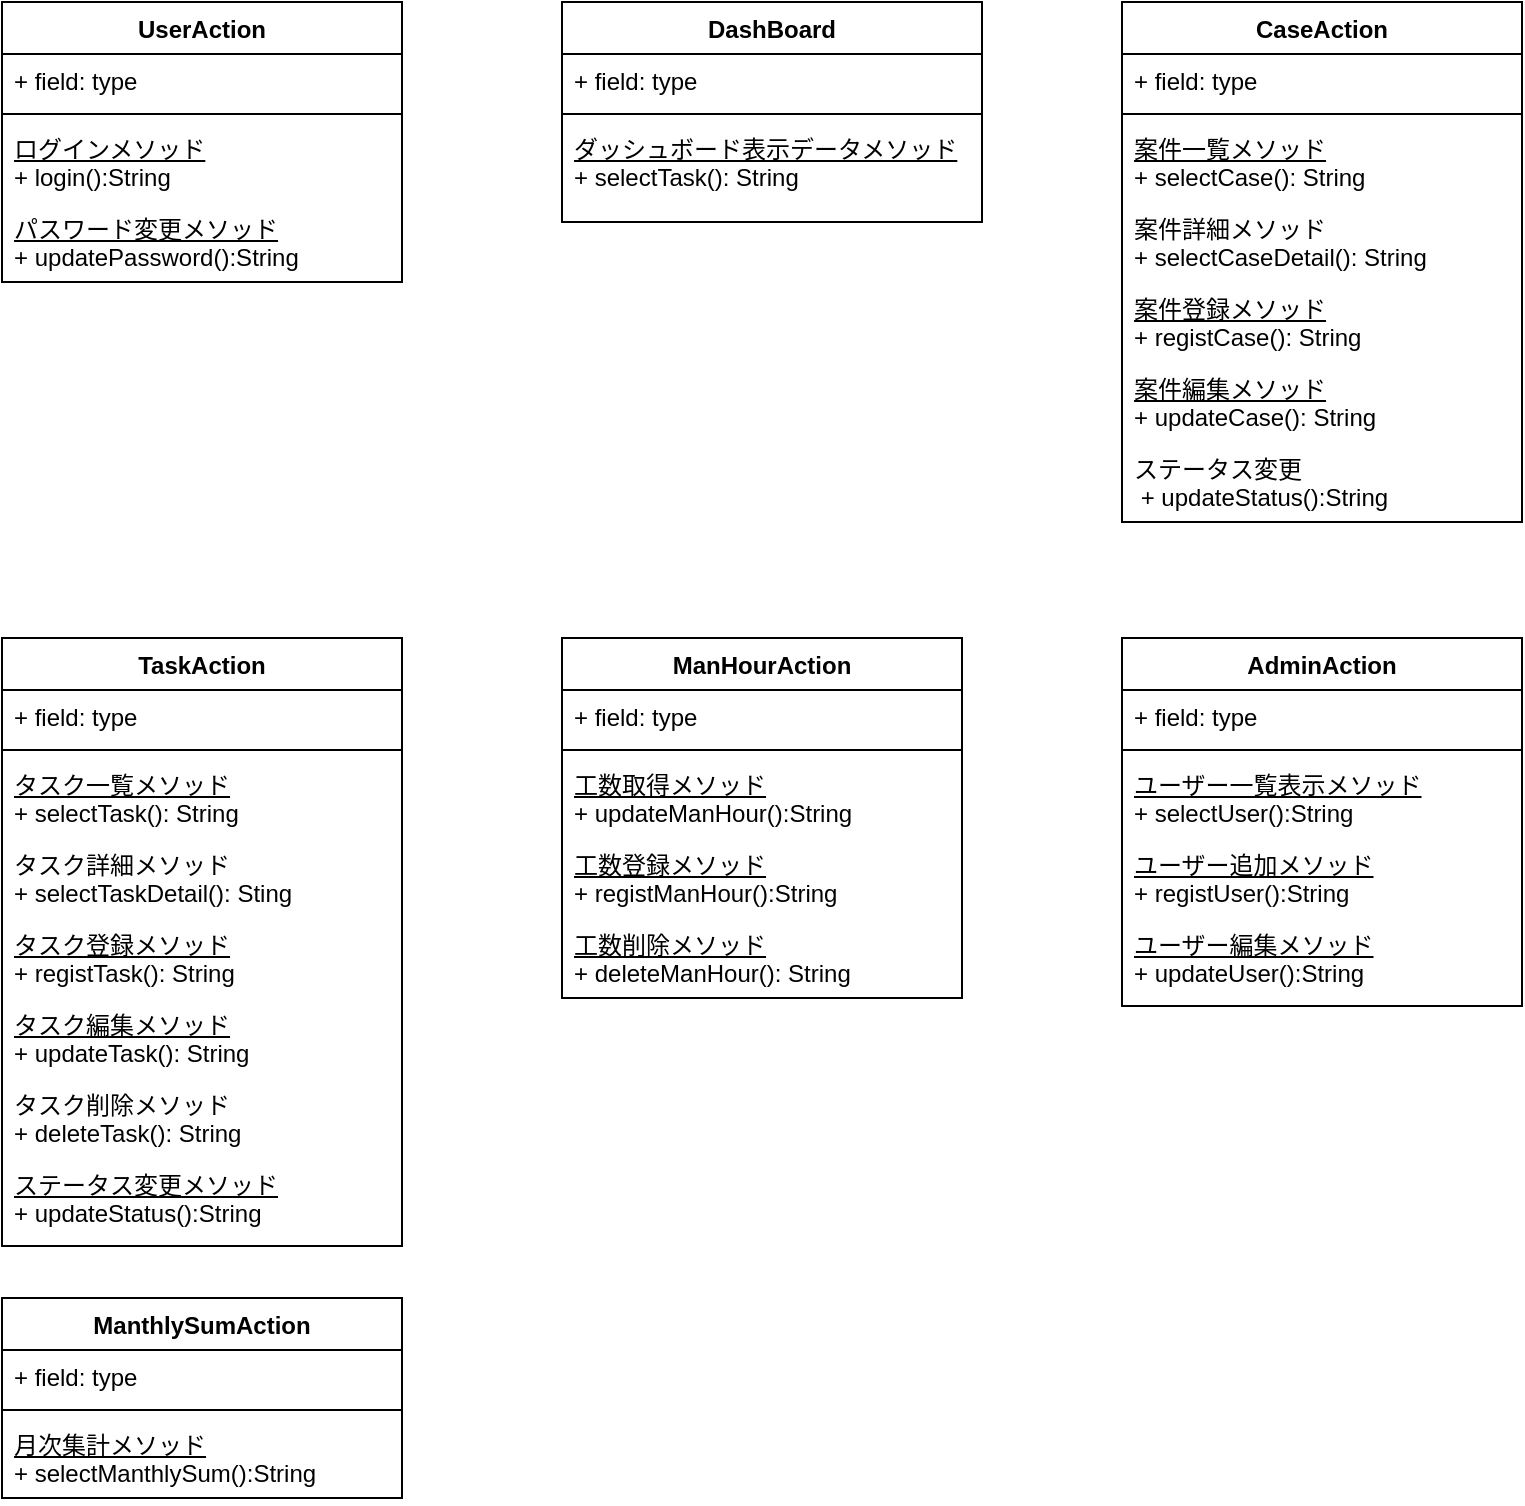
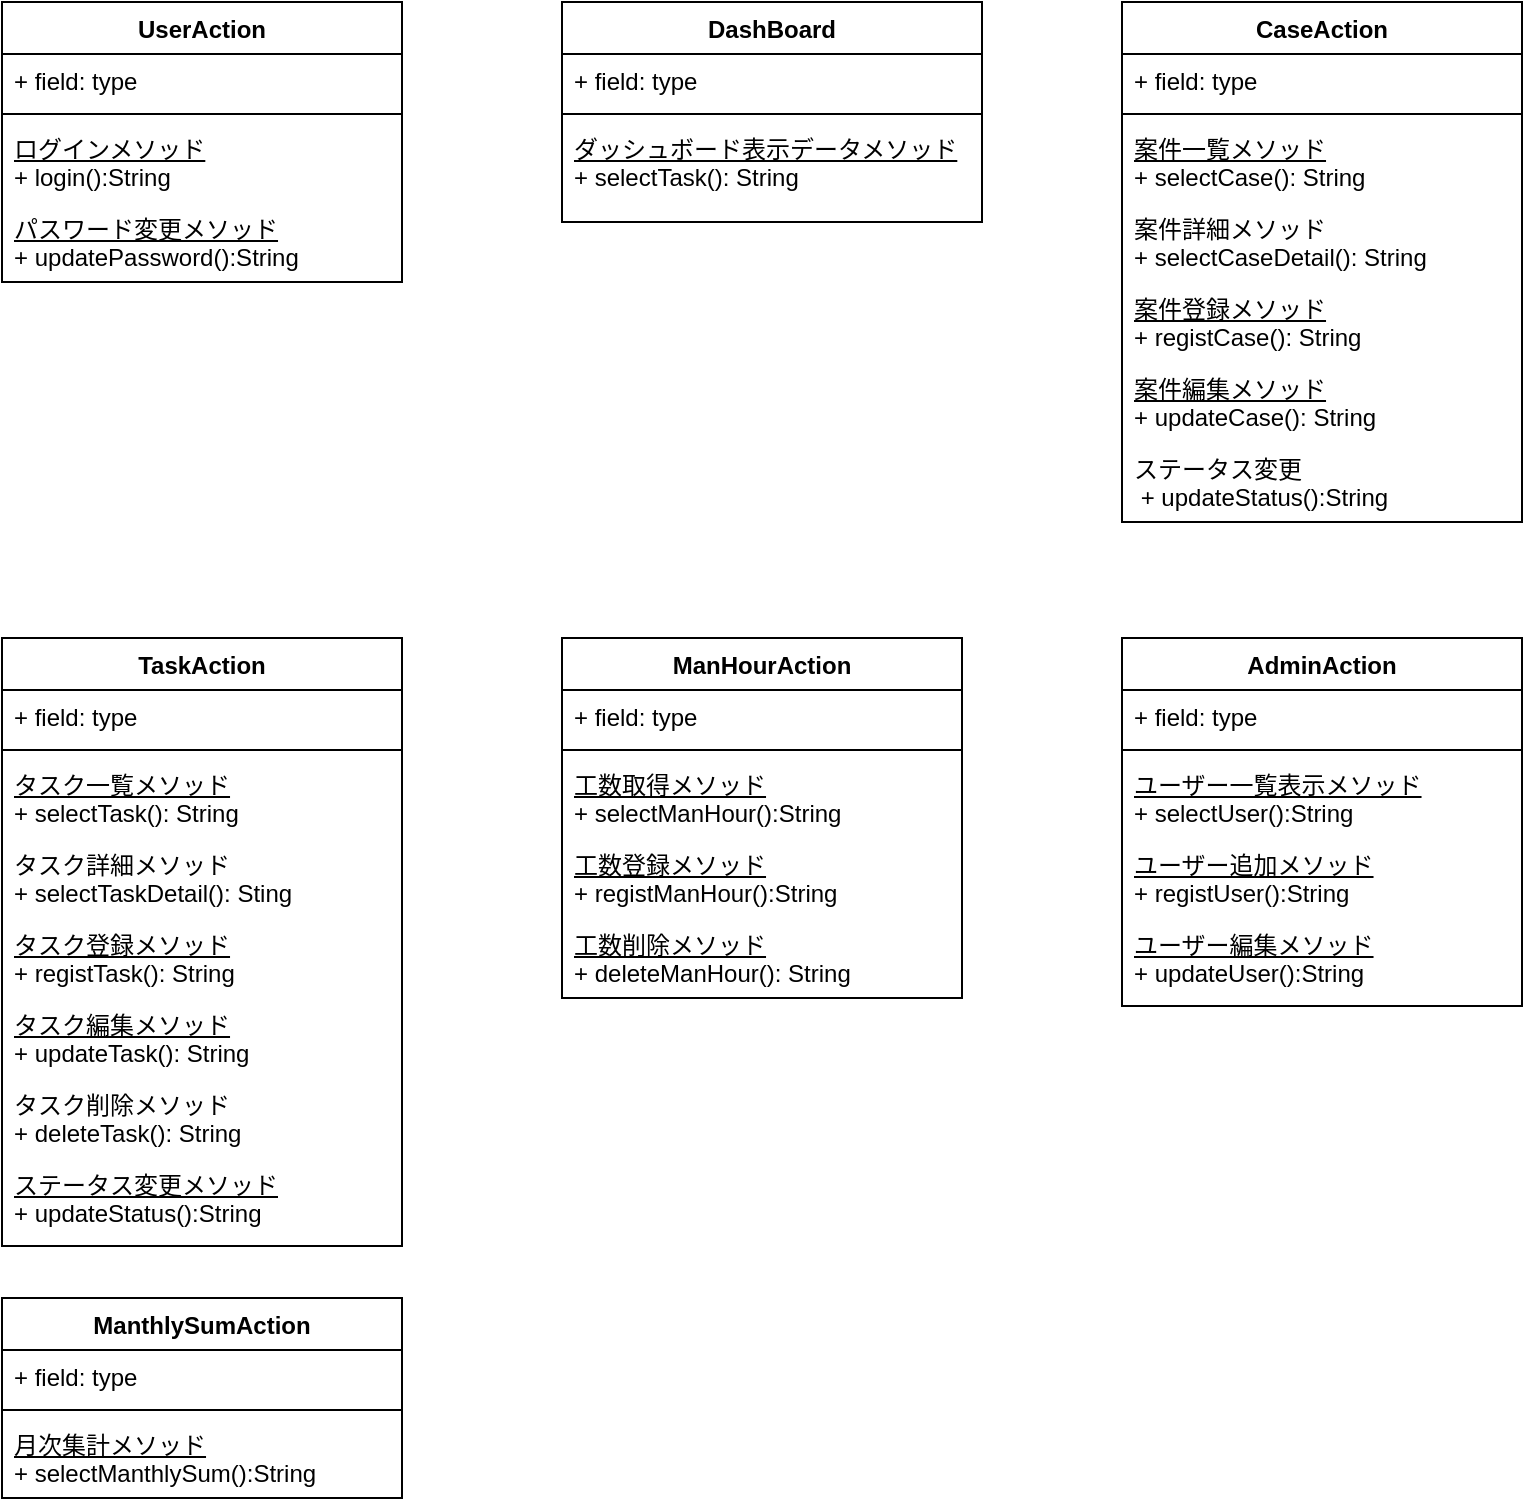
<mxfile host="65bd71144e">
    <diagram id="mFRpktfDw7a6qIpLwKZB" name="Action クラス図">
-         <mxGraphModel dx="616" dy="488" grid="1" gridSize="10" guides="1" tooltips="1" connect="1" arrows="1" fold="1" page="1" pageScale="1" pageWidth="850" pageHeight="1100" math="0" shadow="0">
+         <mxGraphModel dx="686" dy="473" grid="1" gridSize="10" guides="1" tooltips="1" connect="1" arrows="1" fold="1" page="1" pageScale="1" pageWidth="850" pageHeight="1100" math="0" shadow="0">
            <root>
                <mxCell id="0"/>
                <mxCell id="1" parent="0"/>
                <mxCell id="yOTdpf838C8Il3ipG887-1" value="UserAction" style="swimlane;fontStyle=1;align=center;verticalAlign=top;childLayout=stackLayout;horizontal=1;startSize=26;horizontalStack=0;resizeParent=1;resizeParentMax=0;resizeLast=0;collapsible=1;marginBottom=0;whiteSpace=wrap;html=1;" parent="1" vertex="1">
                    <mxGeometry x="80" y="80" width="200" height="140" as="geometry"/>
                </mxCell>
                <mxCell id="yOTdpf838C8Il3ipG887-2" value="+ field: type" style="text;strokeColor=none;fillColor=none;align=left;verticalAlign=top;spacingLeft=4;spacingRight=4;overflow=hidden;rotatable=0;points=[[0,0.5],[1,0.5]];portConstraint=eastwest;whiteSpace=wrap;html=1;" parent="yOTdpf838C8Il3ipG887-1" vertex="1">
                    <mxGeometry y="26" width="200" height="26" as="geometry"/>
                </mxCell>
                <mxCell id="yOTdpf838C8Il3ipG887-3" value="" style="line;strokeWidth=1;fillColor=none;align=left;verticalAlign=middle;spacingTop=-1;spacingLeft=3;spacingRight=3;rotatable=0;labelPosition=right;points=[];portConstraint=eastwest;strokeColor=inherit;" parent="yOTdpf838C8Il3ipG887-1" vertex="1">
                    <mxGeometry y="52" width="200" height="8" as="geometry"/>
                </mxCell>
                <mxCell id="yOTdpf838C8Il3ipG887-4" value="&lt;div&gt;&lt;u&gt;ログインメソッド&lt;/u&gt;&lt;/div&gt;+ login():String&amp;nbsp;" style="text;strokeColor=none;fillColor=none;align=left;verticalAlign=top;spacingLeft=4;spacingRight=4;overflow=hidden;rotatable=0;points=[[0,0.5],[1,0.5]];portConstraint=eastwest;whiteSpace=wrap;html=1;" parent="yOTdpf838C8Il3ipG887-1" vertex="1">
                    <mxGeometry y="60" width="200" height="40" as="geometry"/>
                </mxCell>
                <mxCell id="U71_uKnjXDH4Pyml5kLL-1" value="&lt;div&gt;&lt;font color=&quot;#000000&quot;&gt;&lt;u&gt;パスワード変更メソッド&lt;/u&gt;&lt;/font&gt;&lt;/div&gt;&lt;span style=&quot;color: rgb(0, 0, 0);&quot;&gt;+ updatePassword():String&amp;nbsp;&lt;/span&gt;" style="text;strokeColor=none;fillColor=none;align=left;verticalAlign=top;spacingLeft=4;spacingRight=4;overflow=hidden;rotatable=0;points=[[0,0.5],[1,0.5]];portConstraint=eastwest;whiteSpace=wrap;html=1;" parent="yOTdpf838C8Il3ipG887-1" vertex="1">
                    <mxGeometry y="100" width="200" height="40" as="geometry"/>
                </mxCell>
                <mxCell id="6HdmdKk1KnPZ4cYd77go-1" value="DashBoard" style="swimlane;fontStyle=1;align=center;verticalAlign=top;childLayout=stackLayout;horizontal=1;startSize=26;horizontalStack=0;resizeParent=1;resizeParentMax=0;resizeLast=0;collapsible=1;marginBottom=0;whiteSpace=wrap;html=1;" parent="1" vertex="1">
                    <mxGeometry x="360" y="80" width="210" height="110" as="geometry"/>
                </mxCell>
                <mxCell id="6HdmdKk1KnPZ4cYd77go-2" value="+ field: type" style="text;strokeColor=none;fillColor=none;align=left;verticalAlign=top;spacingLeft=4;spacingRight=4;overflow=hidden;rotatable=0;points=[[0,0.5],[1,0.5]];portConstraint=eastwest;whiteSpace=wrap;html=1;" parent="6HdmdKk1KnPZ4cYd77go-1" vertex="1">
                    <mxGeometry y="26" width="210" height="26" as="geometry"/>
                </mxCell>
                <mxCell id="6HdmdKk1KnPZ4cYd77go-3" value="" style="line;strokeWidth=1;fillColor=none;align=left;verticalAlign=middle;spacingTop=-1;spacingLeft=3;spacingRight=3;rotatable=0;labelPosition=right;points=[];portConstraint=eastwest;strokeColor=inherit;" parent="6HdmdKk1KnPZ4cYd77go-1" vertex="1">
                    <mxGeometry y="52" width="210" height="8" as="geometry"/>
                </mxCell>
                <mxCell id="6HdmdKk1KnPZ4cYd77go-4" value="&lt;div&gt;&lt;u&gt;ダッシュボード表示データメソッド&lt;/u&gt;&lt;/div&gt;+ selectTask(): String" style="text;strokeColor=none;fillColor=none;align=left;verticalAlign=top;spacingLeft=4;spacingRight=4;overflow=hidden;rotatable=0;points=[[0,0.5],[1,0.5]];portConstraint=eastwest;whiteSpace=wrap;html=1;" parent="6HdmdKk1KnPZ4cYd77go-1" vertex="1">
                    <mxGeometry y="60" width="210" height="50" as="geometry"/>
                </mxCell>
                <mxCell id="6HdmdKk1KnPZ4cYd77go-5" value="CaseAction" style="swimlane;fontStyle=1;align=center;verticalAlign=top;childLayout=stackLayout;horizontal=1;startSize=26;horizontalStack=0;resizeParent=1;resizeParentMax=0;resizeLast=0;collapsible=1;marginBottom=0;whiteSpace=wrap;html=1;" parent="1" vertex="1">
                    <mxGeometry x="640" y="80" width="200" height="260" as="geometry"/>
                </mxCell>
                <mxCell id="6HdmdKk1KnPZ4cYd77go-6" value="+ field: type" style="text;strokeColor=none;fillColor=none;align=left;verticalAlign=top;spacingLeft=4;spacingRight=4;overflow=hidden;rotatable=0;points=[[0,0.5],[1,0.5]];portConstraint=eastwest;whiteSpace=wrap;html=1;" parent="6HdmdKk1KnPZ4cYd77go-5" vertex="1">
                    <mxGeometry y="26" width="200" height="26" as="geometry"/>
                </mxCell>
                <mxCell id="6HdmdKk1KnPZ4cYd77go-7" value="" style="line;strokeWidth=1;fillColor=none;align=left;verticalAlign=middle;spacingTop=-1;spacingLeft=3;spacingRight=3;rotatable=0;labelPosition=right;points=[];portConstraint=eastwest;strokeColor=inherit;" parent="6HdmdKk1KnPZ4cYd77go-5" vertex="1">
                    <mxGeometry y="52" width="200" height="8" as="geometry"/>
                </mxCell>
                <mxCell id="6HdmdKk1KnPZ4cYd77go-8" value="&lt;div&gt;&lt;u&gt;案件一覧メソッド&lt;/u&gt;&lt;/div&gt;+ selectCase(): String" style="text;strokeColor=none;fillColor=none;align=left;verticalAlign=top;spacingLeft=4;spacingRight=4;overflow=hidden;rotatable=0;points=[[0,0.5],[1,0.5]];portConstraint=eastwest;whiteSpace=wrap;html=1;" parent="6HdmdKk1KnPZ4cYd77go-5" vertex="1">
                    <mxGeometry y="60" width="200" height="40" as="geometry"/>
                </mxCell>
-                 <mxCell id="4" value="案件詳細メソッド&lt;div&gt;+ selectCaseDetail(): String&lt;/div&gt;" style="text;strokeColor=none;fillColor=none;align=left;verticalAlign=top;spacingLeft=4;spacingRight=4;overflow=hidden;rotatable=0;points=[[0,0.5],[1,0.5]];portConstraint=eastwest;whiteSpace=wrap;html=1;" vertex="1" parent="6HdmdKk1KnPZ4cYd77go-5">
+                 <mxCell id="4" value="案件詳細メソッド&lt;div&gt;+ selectCaseDetail(): String&lt;/div&gt;" style="text;strokeColor=none;fillColor=none;align=left;verticalAlign=top;spacingLeft=4;spacingRight=4;overflow=hidden;rotatable=0;points=[[0,0.5],[1,0.5]];portConstraint=eastwest;whiteSpace=wrap;html=1;" parent="6HdmdKk1KnPZ4cYd77go-5" vertex="1">
                    <mxGeometry y="100" width="200" height="40" as="geometry"/>
                </mxCell>
                <mxCell id="ILw476ckPGksBMFmUKTJ-19" value="&lt;div&gt;&lt;span style=&quot;color: rgb(0, 0, 0);&quot;&gt;&lt;u&gt;案件登録メソッド&lt;/u&gt;&lt;/span&gt;&lt;/div&gt;&lt;span style=&quot;color: rgb(0, 0, 0);&quot;&gt;+ registCase(): String&lt;/span&gt;" style="text;strokeColor=none;fillColor=none;align=left;verticalAlign=top;spacingLeft=4;spacingRight=4;overflow=hidden;rotatable=0;points=[[0,0.5],[1,0.5]];portConstraint=eastwest;whiteSpace=wrap;html=1;" parent="6HdmdKk1KnPZ4cYd77go-5" vertex="1">
                    <mxGeometry y="140" width="200" height="40" as="geometry"/>
                </mxCell>
                <mxCell id="ILw476ckPGksBMFmUKTJ-18" value="&lt;span style=&quot;color: rgb(0, 0, 0);&quot;&gt;&lt;u&gt;案件編集メソッド&lt;/u&gt;&lt;br&gt;+ updateCase(): String&lt;/span&gt;" style="text;strokeColor=none;fillColor=none;align=left;verticalAlign=top;spacingLeft=4;spacingRight=4;overflow=hidden;rotatable=0;points=[[0,0.5],[1,0.5]];portConstraint=eastwest;whiteSpace=wrap;html=1;" parent="6HdmdKk1KnPZ4cYd77go-5" vertex="1">
                    <mxGeometry y="180" width="200" height="40" as="geometry"/>
                </mxCell>
                <mxCell id="2" value="ステータス変更&lt;div&gt;&amp;nbsp;+ updateStatus():String&lt;/div&gt;" style="text;strokeColor=none;fillColor=none;align=left;verticalAlign=top;spacingLeft=4;spacingRight=4;overflow=hidden;rotatable=0;points=[[0,0.5],[1,0.5]];portConstraint=eastwest;whiteSpace=wrap;html=1;" parent="6HdmdKk1KnPZ4cYd77go-5" vertex="1">
                    <mxGeometry y="220" width="200" height="40" as="geometry"/>
                </mxCell>
                <mxCell id="6HdmdKk1KnPZ4cYd77go-9" value="TaskAction" style="swimlane;fontStyle=1;align=center;verticalAlign=top;childLayout=stackLayout;horizontal=1;startSize=26;horizontalStack=0;resizeParent=1;resizeParentMax=0;resizeLast=0;collapsible=1;marginBottom=0;whiteSpace=wrap;html=1;" parent="1" vertex="1">
                    <mxGeometry x="80" y="398" width="200" height="304" as="geometry"/>
                </mxCell>
                <mxCell id="6HdmdKk1KnPZ4cYd77go-10" value="+ field: type" style="text;strokeColor=none;fillColor=none;align=left;verticalAlign=top;spacingLeft=4;spacingRight=4;overflow=hidden;rotatable=0;points=[[0,0.5],[1,0.5]];portConstraint=eastwest;whiteSpace=wrap;html=1;" parent="6HdmdKk1KnPZ4cYd77go-9" vertex="1">
                    <mxGeometry y="26" width="200" height="26" as="geometry"/>
                </mxCell>
                <mxCell id="6HdmdKk1KnPZ4cYd77go-11" value="" style="line;strokeWidth=1;fillColor=none;align=left;verticalAlign=middle;spacingTop=-1;spacingLeft=3;spacingRight=3;rotatable=0;labelPosition=right;points=[];portConstraint=eastwest;strokeColor=inherit;" parent="6HdmdKk1KnPZ4cYd77go-9" vertex="1">
                    <mxGeometry y="52" width="200" height="8" as="geometry"/>
                </mxCell>
                <mxCell id="6HdmdKk1KnPZ4cYd77go-12" value="&lt;div&gt;&lt;span style=&quot;background-color: transparent;&quot;&gt;&lt;u&gt;タスク一覧メソッド&lt;/u&gt;&lt;/span&gt;&lt;/div&gt;&lt;div&gt;&lt;span style=&quot;background-color: transparent;&quot;&gt;+ selectTask(): String&lt;/span&gt;&lt;/div&gt;" style="text;strokeColor=none;fillColor=none;align=left;verticalAlign=top;spacingLeft=4;spacingRight=4;overflow=hidden;rotatable=0;points=[[0,0.5],[1,0.5]];portConstraint=eastwest;whiteSpace=wrap;html=1;" parent="6HdmdKk1KnPZ4cYd77go-9" vertex="1">
                    <mxGeometry y="60" width="200" height="40" as="geometry"/>
                </mxCell>
-                 <mxCell id="5" value="タスク詳細メソッド&lt;div&gt;+ selectTaskDetail(): Sting&lt;/div&gt;" style="text;strokeColor=none;fillColor=none;align=left;verticalAlign=top;spacingLeft=4;spacingRight=4;overflow=hidden;rotatable=0;points=[[0,0.5],[1,0.5]];portConstraint=eastwest;whiteSpace=wrap;html=1;" vertex="1" parent="6HdmdKk1KnPZ4cYd77go-9">
+                 <mxCell id="5" value="タスク詳細メソッド&lt;div&gt;+ selectTaskDetail(): Sting&lt;/div&gt;" style="text;strokeColor=none;fillColor=none;align=left;verticalAlign=top;spacingLeft=4;spacingRight=4;overflow=hidden;rotatable=0;points=[[0,0.5],[1,0.5]];portConstraint=eastwest;whiteSpace=wrap;html=1;" parent="6HdmdKk1KnPZ4cYd77go-9" vertex="1">
                    <mxGeometry y="100" width="200" height="40" as="geometry"/>
                </mxCell>
                <mxCell id="ILw476ckPGksBMFmUKTJ-23" value="&lt;span style=&quot;color: rgb(0, 0, 0);&quot;&gt;&lt;u&gt;タスク登録メソッド&lt;/u&gt;&lt;/span&gt;&lt;div&gt;&lt;span style=&quot;color: rgb(0, 0, 0);&quot;&gt;+ registTask(): String&lt;/span&gt;&lt;/div&gt;" style="text;strokeColor=none;fillColor=none;align=left;verticalAlign=top;spacingLeft=4;spacingRight=4;overflow=hidden;rotatable=0;points=[[0,0.5],[1,0.5]];portConstraint=eastwest;whiteSpace=wrap;html=1;" parent="6HdmdKk1KnPZ4cYd77go-9" vertex="1">
                    <mxGeometry y="140" width="200" height="40" as="geometry"/>
                </mxCell>
                <mxCell id="ILw476ckPGksBMFmUKTJ-22" value="&lt;span style=&quot;color: rgb(0, 0, 0);&quot;&gt;&lt;u&gt;タスク編集メソッド&lt;/u&gt;&lt;/span&gt;&lt;div&gt;&lt;span style=&quot;color: rgb(0, 0, 0);&quot;&gt;+ updateTask(): String&lt;/span&gt;&lt;/div&gt;" style="text;strokeColor=none;fillColor=none;align=left;verticalAlign=top;spacingLeft=4;spacingRight=4;overflow=hidden;rotatable=0;points=[[0,0.5],[1,0.5]];portConstraint=eastwest;whiteSpace=wrap;html=1;" parent="6HdmdKk1KnPZ4cYd77go-9" vertex="1">
                    <mxGeometry y="180" width="200" height="40" as="geometry"/>
                </mxCell>
                <mxCell id="3" value="タスク削除メソッド&lt;div&gt;+ deleteTask(): String&lt;/div&gt;" style="text;strokeColor=none;fillColor=none;align=left;verticalAlign=top;spacingLeft=4;spacingRight=4;overflow=hidden;rotatable=0;points=[[0,0.5],[1,0.5]];portConstraint=eastwest;whiteSpace=wrap;html=1;" parent="6HdmdKk1KnPZ4cYd77go-9" vertex="1">
                    <mxGeometry y="220" width="200" height="40" as="geometry"/>
                </mxCell>
                <mxCell id="dOwEA0Zf6ZgQaMw_yobB-2" value="&lt;u&gt;ステータス変更メソッド&lt;/u&gt;&lt;div&gt;+ updateStatus():String&lt;/div&gt;" style="text;strokeColor=none;fillColor=none;align=left;verticalAlign=top;spacingLeft=4;spacingRight=4;overflow=hidden;rotatable=0;points=[[0,0.5],[1,0.5]];portConstraint=eastwest;whiteSpace=wrap;html=1;" parent="6HdmdKk1KnPZ4cYd77go-9" vertex="1">
                    <mxGeometry y="260" width="200" height="44" as="geometry"/>
                </mxCell>
                <mxCell id="ILw476ckPGksBMFmUKTJ-1" value="ManHourAction" style="swimlane;fontStyle=1;align=center;verticalAlign=top;childLayout=stackLayout;horizontal=1;startSize=26;horizontalStack=0;resizeParent=1;resizeParentMax=0;resizeLast=0;collapsible=1;marginBottom=0;whiteSpace=wrap;html=1;" parent="1" vertex="1">
                    <mxGeometry x="360" y="398" width="200" height="180" as="geometry"/>
                </mxCell>
                <mxCell id="ILw476ckPGksBMFmUKTJ-2" value="+ field: type" style="text;strokeColor=none;fillColor=none;align=left;verticalAlign=top;spacingLeft=4;spacingRight=4;overflow=hidden;rotatable=0;points=[[0,0.5],[1,0.5]];portConstraint=eastwest;whiteSpace=wrap;html=1;" parent="ILw476ckPGksBMFmUKTJ-1" vertex="1">
                    <mxGeometry y="26" width="200" height="26" as="geometry"/>
                </mxCell>
                <mxCell id="ILw476ckPGksBMFmUKTJ-3" value="" style="line;strokeWidth=1;fillColor=none;align=left;verticalAlign=middle;spacingTop=-1;spacingLeft=3;spacingRight=3;rotatable=0;labelPosition=right;points=[];portConstraint=eastwest;strokeColor=inherit;" parent="ILw476ckPGksBMFmUKTJ-1" vertex="1">
                    <mxGeometry y="52" width="200" height="8" as="geometry"/>
                </mxCell>
-                 <mxCell id="dOwEA0Zf6ZgQaMw_yobB-3" value="&lt;u&gt;工数取得メソッド&lt;/u&gt;&lt;div&gt;+ updateManHour():String&lt;/div&gt;" style="text;strokeColor=none;fillColor=none;align=left;verticalAlign=top;spacingLeft=4;spacingRight=4;overflow=hidden;rotatable=0;points=[[0,0.5],[1,0.5]];portConstraint=eastwest;whiteSpace=wrap;html=1;" parent="ILw476ckPGksBMFmUKTJ-1" vertex="1">
+                 <mxCell id="dOwEA0Zf6ZgQaMw_yobB-3" value="&lt;u&gt;工数取得メソッド&lt;/u&gt;&lt;div&gt;+ selectManHour():String&lt;/div&gt;" style="text;strokeColor=none;fillColor=none;align=left;verticalAlign=top;spacingLeft=4;spacingRight=4;overflow=hidden;rotatable=0;points=[[0,0.5],[1,0.5]];portConstraint=eastwest;whiteSpace=wrap;html=1;" parent="ILw476ckPGksBMFmUKTJ-1" vertex="1">
                    <mxGeometry y="60" width="200" height="40" as="geometry"/>
                </mxCell>
                <mxCell id="dOwEA0Zf6ZgQaMw_yobB-4" value="&lt;u&gt;工数登録メソッド&lt;/u&gt;&lt;div&gt;+ registManHour():String&lt;/div&gt;" style="text;strokeColor=none;fillColor=none;align=left;verticalAlign=top;spacingLeft=4;spacingRight=4;overflow=hidden;rotatable=0;points=[[0,0.5],[1,0.5]];portConstraint=eastwest;whiteSpace=wrap;html=1;" parent="ILw476ckPGksBMFmUKTJ-1" vertex="1">
                    <mxGeometry y="100" width="200" height="40" as="geometry"/>
                </mxCell>
                <mxCell id="ILw476ckPGksBMFmUKTJ-4" value="&lt;div&gt;&lt;u&gt;工数削除メソッド&lt;/u&gt;&lt;/div&gt;+ deleteManHour(): String" style="text;strokeColor=none;fillColor=none;align=left;verticalAlign=top;spacingLeft=4;spacingRight=4;overflow=hidden;rotatable=0;points=[[0,0.5],[1,0.5]];portConstraint=eastwest;whiteSpace=wrap;html=1;" parent="ILw476ckPGksBMFmUKTJ-1" vertex="1">
                    <mxGeometry y="140" width="200" height="40" as="geometry"/>
                </mxCell>
                <mxCell id="ILw476ckPGksBMFmUKTJ-5" value="AdminAction" style="swimlane;fontStyle=1;align=center;verticalAlign=top;childLayout=stackLayout;horizontal=1;startSize=26;horizontalStack=0;resizeParent=1;resizeParentMax=0;resizeLast=0;collapsible=1;marginBottom=0;whiteSpace=wrap;html=1;" parent="1" vertex="1">
                    <mxGeometry x="640" y="398" width="200" height="184" as="geometry"/>
                </mxCell>
                <mxCell id="ILw476ckPGksBMFmUKTJ-6" value="+ field: type" style="text;strokeColor=none;fillColor=none;align=left;verticalAlign=top;spacingLeft=4;spacingRight=4;overflow=hidden;rotatable=0;points=[[0,0.5],[1,0.5]];portConstraint=eastwest;whiteSpace=wrap;html=1;" parent="ILw476ckPGksBMFmUKTJ-5" vertex="1">
                    <mxGeometry y="26" width="200" height="26" as="geometry"/>
                </mxCell>
                <mxCell id="ILw476ckPGksBMFmUKTJ-7" value="" style="line;strokeWidth=1;fillColor=none;align=left;verticalAlign=middle;spacingTop=-1;spacingLeft=3;spacingRight=3;rotatable=0;labelPosition=right;points=[];portConstraint=eastwest;strokeColor=inherit;" parent="ILw476ckPGksBMFmUKTJ-5" vertex="1">
                    <mxGeometry y="52" width="200" height="8" as="geometry"/>
                </mxCell>
                <mxCell id="ILw476ckPGksBMFmUKTJ-8" value="&lt;div&gt;&lt;span style=&quot;background-color: transparent;&quot;&gt;&lt;u&gt;ユーザー一覧表示メソッド&lt;/u&gt;&lt;/span&gt;&lt;/div&gt;&lt;div&gt;&lt;span style=&quot;background-color: transparent;&quot;&gt;&lt;font&gt;&lt;font style=&quot;color: rgb(0, 0, 0);&quot;&gt;+ selectUser():String&lt;/font&gt;&lt;font style=&quot;color: rgb(0, 0, 0);&quot;&gt;&amp;nbsp;&lt;/font&gt;&lt;/font&gt;&lt;/span&gt;&lt;/div&gt;" style="text;strokeColor=none;fillColor=none;align=left;verticalAlign=top;spacingLeft=4;spacingRight=4;overflow=hidden;rotatable=0;points=[[0,0.5],[1,0.5]];portConstraint=eastwest;whiteSpace=wrap;html=1;" parent="ILw476ckPGksBMFmUKTJ-5" vertex="1">
                    <mxGeometry y="60" width="200" height="40" as="geometry"/>
                </mxCell>
                <mxCell id="dOwEA0Zf6ZgQaMw_yobB-7" value="&lt;div&gt;&lt;u&gt;ユーザー追加メソッド&lt;/u&gt;&lt;/div&gt;+ registUser():String" style="text;strokeColor=none;fillColor=none;align=left;verticalAlign=top;spacingLeft=4;spacingRight=4;overflow=hidden;rotatable=0;points=[[0,0.5],[1,0.5]];portConstraint=eastwest;whiteSpace=wrap;html=1;" parent="ILw476ckPGksBMFmUKTJ-5" vertex="1">
                    <mxGeometry y="100" width="200" height="40" as="geometry"/>
                </mxCell>
                <mxCell id="dOwEA0Zf6ZgQaMw_yobB-6" value="&lt;div&gt;&lt;u&gt;ユーザー編集メソッド&lt;/u&gt;&lt;/div&gt;+ updateUser():String" style="text;strokeColor=none;fillColor=none;align=left;verticalAlign=top;spacingLeft=4;spacingRight=4;overflow=hidden;rotatable=0;points=[[0,0.5],[1,0.5]];portConstraint=eastwest;whiteSpace=wrap;html=1;" parent="ILw476ckPGksBMFmUKTJ-5" vertex="1">
                    <mxGeometry y="140" width="200" height="44" as="geometry"/>
                </mxCell>
                <mxCell id="ILw476ckPGksBMFmUKTJ-9" value="ManthlySumAction" style="swimlane;fontStyle=1;align=center;verticalAlign=top;childLayout=stackLayout;horizontal=1;startSize=26;horizontalStack=0;resizeParent=1;resizeParentMax=0;resizeLast=0;collapsible=1;marginBottom=0;whiteSpace=wrap;html=1;" parent="1" vertex="1">
                    <mxGeometry x="80" y="728" width="200" height="100" as="geometry"/>
                </mxCell>
                <mxCell id="ILw476ckPGksBMFmUKTJ-10" value="+ field: type" style="text;strokeColor=none;fillColor=none;align=left;verticalAlign=top;spacingLeft=4;spacingRight=4;overflow=hidden;rotatable=0;points=[[0,0.5],[1,0.5]];portConstraint=eastwest;whiteSpace=wrap;html=1;" parent="ILw476ckPGksBMFmUKTJ-9" vertex="1">
                    <mxGeometry y="26" width="200" height="26" as="geometry"/>
                </mxCell>
                <mxCell id="ILw476ckPGksBMFmUKTJ-11" value="" style="line;strokeWidth=1;fillColor=none;align=left;verticalAlign=middle;spacingTop=-1;spacingLeft=3;spacingRight=3;rotatable=0;labelPosition=right;points=[];portConstraint=eastwest;strokeColor=inherit;" parent="ILw476ckPGksBMFmUKTJ-9" vertex="1">
                    <mxGeometry y="52" width="200" height="8" as="geometry"/>
                </mxCell>
                <mxCell id="ILw476ckPGksBMFmUKTJ-12" value="&lt;u&gt;月次集計メソッド&lt;/u&gt;&lt;div&gt;+ selectManthlySum():String&amp;nbsp;&lt;/div&gt;" style="text;strokeColor=none;fillColor=none;align=left;verticalAlign=top;spacingLeft=4;spacingRight=4;overflow=hidden;rotatable=0;points=[[0,0.5],[1,0.5]];portConstraint=eastwest;whiteSpace=wrap;html=1;" parent="ILw476ckPGksBMFmUKTJ-9" vertex="1">
                    <mxGeometry y="60" width="200" height="40" as="geometry"/>
                </mxCell>
            </root>
        </mxGraphModel>
    </diagram>
</mxfile>